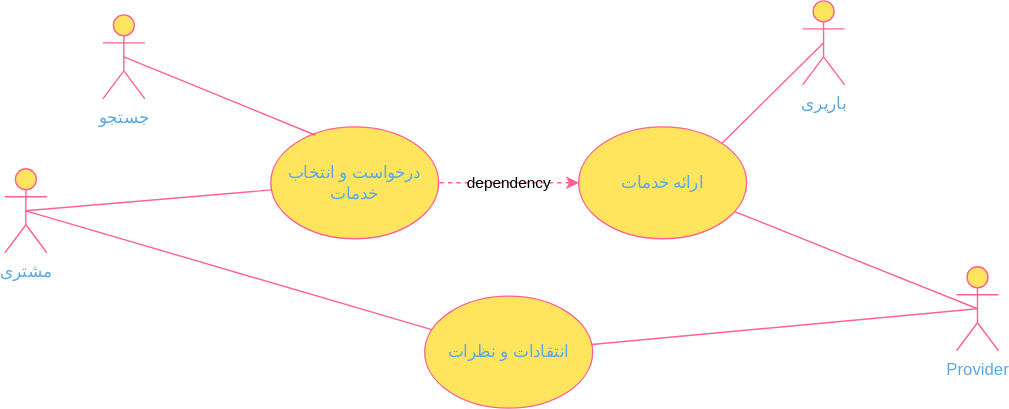
The draw.io diagram new_UML.drawio.svg in FarokhReza/SE, before a commit. Source tidied: cells renumbered, new cells last; positions are measured from the earlier drawing's top-left corner, leaving out a move shared by most shapes. Its diagram source:
```xml
<mxGraphModel>
  <root>
    <mxCell id="0" />
    <mxCell id="1" parent="0" />
    <mxCell id="2" value="درخواست و انتخاب خدمات" style="ellipse;whiteSpace=wrap;html=1;fillColor=#FFE45E;strokeColor=#FF6392;labelBackgroundColor=none;fontColor=#5AA9E6;" parent="1" vertex="1">
      <mxGeometry x="190" y="90" width="120" height="80" as="geometry" />
    </mxCell>
    <mxCell id="3" style="endArrow=none;html=1;rounded=0;labelBackgroundColor=none;strokeColor=#FF6392;fontColor=default;exitX=0.5;exitY=0.5;exitDx=0;exitDy=0;exitPerimeter=0;" parent="1" edge="1" source="4" target="2">
      <mxGeometry relative="1" as="geometry" />
    </mxCell>
    <mxCell id="4" value="مشتری" style="shape=umlActor;verticalLabelPosition=bottom;verticalAlign=top;html=1;outlineConnect=0;strokeColor=#FF6392;fontColor=#5AA9E6;fillColor=#FFE45E;labelBackgroundColor=none;" parent="1" vertex="1">
      <mxGeometry y="120" width="30" height="60" as="geometry" />
    </mxCell>
    <mxCell id="5" value="Provider" style="shape=umlActor;verticalLabelPosition=bottom;verticalAlign=top;html=1;outlineConnect=0;strokeColor=#FF6392;fontColor=#5AA9E6;fillColor=#FFE45E;labelBackgroundColor=none;" parent="1" vertex="1">
      <mxGeometry x="680" y="190" width="30" height="60" as="geometry" />
    </mxCell>
    <mxCell id="6" value="ارائه خدمات" style="ellipse;whiteSpace=wrap;html=1;strokeColor=#FF6392;fontColor=#5AA9E6;fillColor=#FFE45E;labelBackgroundColor=none;" parent="1" vertex="1">
      <mxGeometry x="410" y="90" width="120" height="80" as="geometry" />
    </mxCell>
    <mxCell id="7" style="endArrow=none;html=1;rounded=0;strokeColor=#FF6392;fontColor=default;fillColor=#FFE45E;labelBackgroundColor=none;entryX=0.5;entryY=0.5;entryDx=0;entryDy=0;entryPerimeter=0;" parent="1" edge="1" source="6" target="5">
      <mxGeometry relative="1" as="geometry" />
    </mxCell>
    <mxCell id="8" value="انتقادات و نظرات" style="ellipse;whiteSpace=wrap;html=1;strokeColor=#FF6392;fontColor=#5AA9E6;fillColor=#FFE45E;labelBackgroundColor=none;" parent="1" vertex="1">
      <mxGeometry x="300" y="211" width="120" height="80" as="geometry" />
    </mxCell>
    <mxCell id="9" style="endArrow=none;html=1;rounded=0;strokeColor=#FF6392;fontColor=default;fillColor=#FFE45E;labelBackgroundColor=none;entryX=0.5;entryY=0.5;entryDx=0;entryDy=0;entryPerimeter=0;" parent="1" edge="1" source="8" target="4">
      <mxGeometry relative="1" as="geometry" />
    </mxCell>
    <mxCell id="10" style="endArrow=none;html=1;rounded=0;strokeColor=#FF6392;fontColor=default;fillColor=#FFE45E;labelBackgroundColor=none;exitX=0.5;exitY=0.5;exitDx=0;exitDy=0;exitPerimeter=0;" parent="1" edge="1" source="5" target="8">
      <mxGeometry relative="1" as="geometry" />
    </mxCell>
    <mxCell id="11" value="dependency" style="endArrow=none;dashed=1;html=1;rounded=0;exitX=0;exitY=0.5;exitDx=0;exitDy=0;startArrow=classic;startFill=1;entryX=1;entryY=0.5;entryDx=0;entryDy=0;labelBackgroundColor=none;strokeColor=#FF6392;fontColor=default;" parent="1" edge="1" source="6" target="2">
      <mxGeometry relative="1" as="geometry">
        <Array as="points">
          <mxPoint x="380" y="130" />
        </Array>
      </mxGeometry>
    </mxCell>
    <mxCell id="12" value="جستجو" style="shape=umlActor;verticalLabelPosition=bottom;verticalAlign=top;html=1;outlineConnect=0;labelBackgroundColor=none;fillColor=#FFE45E;strokeColor=#FF6392;fontColor=#5AA9E6;" parent="1" vertex="1">
      <mxGeometry x="70" y="10" width="30" height="60" as="geometry" />
    </mxCell>
    <mxCell id="13" style="endArrow=none;html=1;rounded=0;strokeColor=#FF6392;fontColor=default;fillColor=#FFE45E;entryX=0.267;entryY=0.075;entryDx=0;entryDy=0;entryPerimeter=0;exitX=0.5;exitY=0.5;exitDx=0;exitDy=0;exitPerimeter=0;labelBackgroundColor=none;" parent="1" edge="1" source="12" target="2">
      <mxGeometry relative="1" as="geometry" />
    </mxCell>
    <mxCell id="14" value="باریری" style="shape=umlActor;verticalLabelPosition=bottom;verticalAlign=top;html=1;outlineConnect=0;labelBackgroundColor=none;fillColor=#FFE45E;strokeColor=#FF6392;fontColor=#5AA9E6;" parent="1" vertex="1">
      <mxGeometry x="570" width="30" height="60" as="geometry" />
    </mxCell>
    <mxCell id="15" style="endArrow=none;html=1;rounded=0;entryX=0.5;entryY=0.5;entryDx=0;entryDy=0;entryPerimeter=0;exitX=1;exitY=0;exitDx=0;exitDy=0;labelBackgroundColor=none;strokeColor=#FF6392;fontColor=default;" parent="1" edge="1" source="6" target="14">
      <mxGeometry relative="1" as="geometry" />
    </mxCell>
  </root>
</mxGraphModel>
```
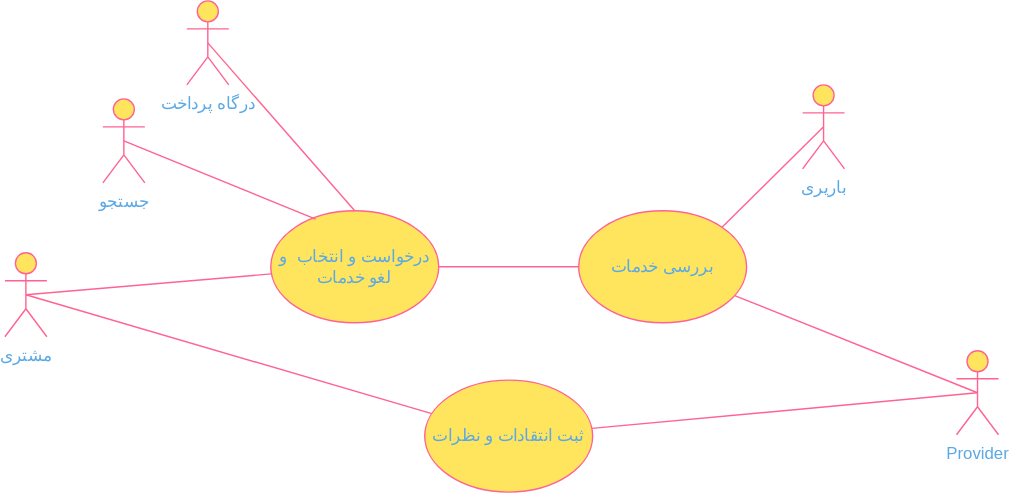
The same diagram one commit later.

Change to the diagram source:
```diff
@@ -2,7 +2,7 @@
   <root>
     <mxCell id="0" />
     <mxCell id="1" parent="0" />
-    <mxCell id="2" value="درخواست و انتخاب خدمات" style="ellipse;whiteSpace=wrap;html=1;fillColor=#FFE45E;strokeColor=#FF6392;labelBackgroundColor=none;fontColor=#5AA9E6;" parent="1" vertex="1">
+    <mxCell id="2" value="درخواست و انتخاب&amp;nbsp; و لغو خدمات" style="ellipse;whiteSpace=wrap;html=1;fillColor=#FFE45E;strokeColor=#FF6392;labelBackgroundColor=none;fontColor=#5AA9E6;" parent="1" vertex="1">
       <mxGeometry x="190" y="90" width="120" height="80" as="geometry" />
     </mxCell>
     <mxCell id="3" style="endArrow=none;html=1;rounded=0;labelBackgroundColor=none;strokeColor=#FF6392;fontColor=default;exitX=0.5;exitY=0.5;exitDx=0;exitDy=0;exitPerimeter=0;" parent="1" edge="1" source="4" target="2">
@@ -14,13 +14,13 @@
     <mxCell id="5" value="Provider" style="shape=umlActor;verticalLabelPosition=bottom;verticalAlign=top;html=1;outlineConnect=0;strokeColor=#FF6392;fontColor=#5AA9E6;fillColor=#FFE45E;labelBackgroundColor=none;" parent="1" vertex="1">
       <mxGeometry x="680" y="190" width="30" height="60" as="geometry" />
     </mxCell>
-    <mxCell id="6" value="ارائه خدمات" style="ellipse;whiteSpace=wrap;html=1;strokeColor=#FF6392;fontColor=#5AA9E6;fillColor=#FFE45E;labelBackgroundColor=none;" parent="1" vertex="1">
+    <mxCell id="6" value="بررسی خدمات" style="ellipse;whiteSpace=wrap;html=1;strokeColor=#FF6392;fontColor=#5AA9E6;fillColor=#FFE45E;labelBackgroundColor=none;" parent="1" vertex="1">
       <mxGeometry x="410" y="90" width="120" height="80" as="geometry" />
     </mxCell>
     <mxCell id="7" style="endArrow=none;html=1;rounded=0;strokeColor=#FF6392;fontColor=default;fillColor=#FFE45E;labelBackgroundColor=none;entryX=0.5;entryY=0.5;entryDx=0;entryDy=0;entryPerimeter=0;" parent="1" edge="1" source="6" target="5">
       <mxGeometry relative="1" as="geometry" />
     </mxCell>
-    <mxCell id="8" value="انتقادات و نظرات" style="ellipse;whiteSpace=wrap;html=1;strokeColor=#FF6392;fontColor=#5AA9E6;fillColor=#FFE45E;labelBackgroundColor=none;" parent="1" vertex="1">
+    <mxCell id="8" value="ثبت انتقادات و نظرات" style="ellipse;whiteSpace=wrap;html=1;strokeColor=#FF6392;fontColor=#5AA9E6;fillColor=#FFE45E;labelBackgroundColor=none;" parent="1" vertex="1">
       <mxGeometry x="300" y="211" width="120" height="80" as="geometry" />
     </mxCell>
     <mxCell id="9" style="endArrow=none;html=1;rounded=0;strokeColor=#FF6392;fontColor=default;fillColor=#FFE45E;labelBackgroundColor=none;entryX=0.5;entryY=0.5;entryDx=0;entryDy=0;entryPerimeter=0;" parent="1" edge="1" source="8" target="4">
@@ -29,13 +29,6 @@
     <mxCell id="10" style="endArrow=none;html=1;rounded=0;strokeColor=#FF6392;fontColor=default;fillColor=#FFE45E;labelBackgroundColor=none;exitX=0.5;exitY=0.5;exitDx=0;exitDy=0;exitPerimeter=0;" parent="1" edge="1" source="5" target="8">
       <mxGeometry relative="1" as="geometry" />
     </mxCell>
-    <mxCell id="11" value="dependency" style="endArrow=none;dashed=1;html=1;rounded=0;exitX=0;exitY=0.5;exitDx=0;exitDy=0;startArrow=classic;startFill=1;entryX=1;entryY=0.5;entryDx=0;entryDy=0;labelBackgroundColor=none;strokeColor=#FF6392;fontColor=default;" parent="1" edge="1" source="6" target="2">
-      <mxGeometry relative="1" as="geometry">
-        <Array as="points">
-          <mxPoint x="380" y="130" />
-        </Array>
-      </mxGeometry>
-    </mxCell>
     <mxCell id="12" value="جستجو" style="shape=umlActor;verticalLabelPosition=bottom;verticalAlign=top;html=1;outlineConnect=0;labelBackgroundColor=none;fillColor=#FFE45E;strokeColor=#FF6392;fontColor=#5AA9E6;" parent="1" vertex="1">
       <mxGeometry x="70" y="10" width="30" height="60" as="geometry" />
     </mxCell>
@@ -48,5 +41,14 @@
     <mxCell id="15" style="endArrow=none;html=1;rounded=0;entryX=0.5;entryY=0.5;entryDx=0;entryDy=0;entryPerimeter=0;exitX=1;exitY=0;exitDx=0;exitDy=0;labelBackgroundColor=none;strokeColor=#FF6392;fontColor=default;" parent="1" edge="1" source="6" target="14">
       <mxGeometry relative="1" as="geometry" />
     </mxCell>
+    <mxCell id="16" value="درگاه پرداخت" style="shape=umlActor;verticalLabelPosition=bottom;verticalAlign=top;html=1;outlineConnect=0;labelBackgroundColor=none;fillColor=#FFE45E;strokeColor=#FF6392;fontColor=#5AA9E6;" parent="1" vertex="1">
+      <mxGeometry x="130" y="-60" width="30" height="60" as="geometry" />
+    </mxCell>
+    <mxCell id="17" style="endArrow=none;html=1;rounded=0;exitX=0.5;exitY=0;exitDx=0;exitDy=0;entryX=0.5;entryY=0.5;entryDx=0;entryDy=0;entryPerimeter=0;labelBackgroundColor=none;strokeColor=#FF6392;fontColor=default;" parent="1" edge="1" source="2" target="16">
+      <mxGeometry relative="1" as="geometry" />
+    </mxCell>
+    <mxCell id="11" style="endArrow=none;html=1;rounded=0;strokeColor=#FF6392;fontColor=#5AA9E6;fillColor=#FFE45E;entryX=1;entryY=0.5;entryDx=0;entryDy=0;exitX=0;exitY=0.5;exitDx=0;exitDy=0;" parent="1" edge="1" source="6" target="2">
+      <mxGeometry relative="1" as="geometry" />
+    </mxCell>
   </root>
 </mxGraphModel>
```
